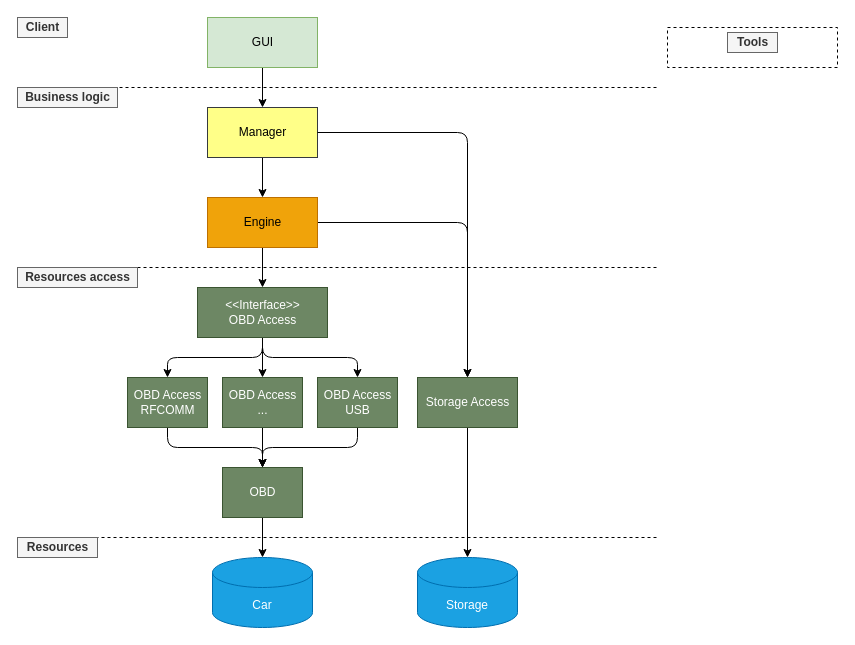
Before: page "System project" (1 of 3) of Documentation/Fluffy dashboard architecture.drawio in avatarp/fluffy-dashboard, a draw.io diagram. Source tidied: cells renumbered, new cells numbered last; positions are measured from the earlier drawing's top-left corner, leaving out a move shared by most shapes. Both pictures are drawn from the tidied source at 100%, with x=0, y=0 at pixel (17, 17).
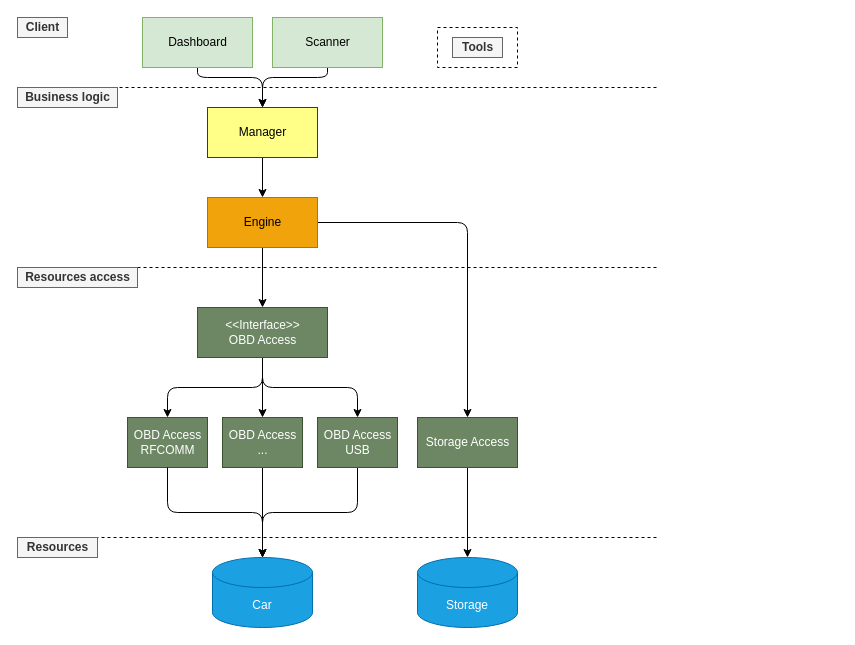
Above is the later version.

Unchanged cells that the change refers to:
```xml
<mxCell id="5" value="&lt;div&gt;Manager&lt;/div&gt;" style="html=1;fillColor=#ffff88;strokeColor=#36393d;" parent="1" vertex="1">
  <mxGeometry x="190" y="90" width="110" height="50" as="geometry" />
</mxCell>
<mxCell id="22" value="Car" style="shape=cylinder3;whiteSpace=wrap;html=1;boundedLbl=1;backgroundOutline=1;size=15;fillColor=#1ba1e2;fontColor=#ffffff;strokeColor=#006EAF;" parent="1" vertex="1">
  <mxGeometry x="195" y="540" width="100" height="70" as="geometry" />
</mxCell>
```

The edit, as a diff of the source:
```diff
@@
+    <mxCell id="27" style="edgeStyle=orthogonalEdgeStyle;rounded=1;jettySize=auto;html=1;exitX=0.5;exitY=1;exitDx=0;exitDy=0;entryX=0.5;entryY=0;entryDx=0;entryDy=0;entryPerimeter=0;" parent="1" edge="1" source="28" target="22">
+      <mxGeometry relative="1" as="geometry" />
+    </mxCell>
-    <mxCell id="2" style="edgeStyle=orthogonalEdgeStyle;rounded=0;jettySize=auto;html=1;exitX=0.5;exitY=1;exitDx=0;exitDy=0;entryX=0.5;entryY=0;entryDx=0;entryDy=0;" parent="1" edge="1" source="3" target="5">
-      <mxGeometry relative="1" as="geometry" />
+    <mxCell id="2" style="edgeStyle=orthogonalEdgeStyle;rounded=1;jettySize=auto;html=1;exitX=0.5;exitY=1;exitDx=0;exitDy=0;entryX=0.5;entryY=0;entryDx=0;entryDy=0;" parent="1" edge="1" source="3" target="5">
+      <mxGeometry relative="1" as="geometry">
+        <Array as="points">
+          <mxPoint x="180" y="60" />
+          <mxPoint x="245" y="60" />
+        </Array>
+      </mxGeometry>
     </mxCell>
-    <mxCell id="3" value="&lt;div&gt;GUI&lt;/div&gt;" style="html=1;fillColor=#d5e8d4;strokeColor=#82b366;" parent="1" vertex="1">
-      <mxGeometry x="190" width="110" height="50" as="geometry" />
+    <mxCell id="3" value="Dashboard" style="html=1;fillColor=#d5e8d4;strokeColor=#82b366;" parent="1" vertex="1">
+      <mxGeometry x="125" width="110" height="50" as="geometry" />
     </mxCell>
@@
-    <mxCell id="7" style="edgeStyle=orthogonalEdgeStyle;rounded=1;jettySize=auto;html=1;exitX=1;exitY=0.5;exitDx=0;exitDy=0;" parent="1" edge="1" source="5" target="21">
-      <mxGeometry relative="1" as="geometry" />
-    </mxCell>
@@
-    <mxCell id="10" style="edgeStyle=orthogonalEdgeStyle;rounded=1;jettySize=auto;html=1;exitX=0.5;exitY=1;exitDx=0;exitDy=0;" parent="1" edge="1" source="11" target="19">
-      <mxGeometry relative="1" as="geometry" />
-    </mxCell>
     <mxCell id="11" value="&lt;div&gt;OBD Access &lt;br&gt;&lt;/div&gt;&lt;div&gt;RFCOMM&lt;/div&gt;" style="html=1;fillColor=#6d8764;strokeColor=#3A5431;fontColor=#ffffff;" parent="1" vertex="1">
-      <mxGeometry x="110" y="360" width="80" height="50" as="geometry" />
+      <mxGeometry x="110" y="400" width="80" height="50" as="geometry" />
     </mxCell>
-    <mxCell id="12" style="edgeStyle=orthogonalEdgeStyle;rounded=1;jettySize=auto;html=1;exitX=0.5;exitY=1;exitDx=0;exitDy=0;" parent="1" edge="1" source="13" target="19">
+    <mxCell id="12" style="edgeStyle=orthogonalEdgeStyle;rounded=1;jettySize=auto;html=1;exitX=0.5;exitY=1;exitDx=0;exitDy=0;entryX=0.5;entryY=0;entryDx=0;entryDy=0;entryPerimeter=0;" parent="1" edge="1" source="13" target="22">
       <mxGeometry relative="1" as="geometry" />
     </mxCell>
     <mxCell id="13" value="&lt;div&gt;OBD Access&lt;/div&gt;&lt;div&gt;USB&lt;br&gt;&lt;/div&gt;" style="html=1;fillColor=#6d8764;strokeColor=#3A5431;fontColor=#ffffff;" parent="1" vertex="1">
-      <mxGeometry x="300" y="360" width="80" height="50" as="geometry" />
+      <mxGeometry x="300" y="400" width="80" height="50" as="geometry" />
     </mxCell>
@@
     <mxCell id="17" value="&lt;div&gt;&amp;lt;&amp;lt;Interface&amp;gt;&amp;gt;&lt;/div&gt;OBD Access" style="html=1;fillColor=#6d8764;strokeColor=#3A5431;fontColor=#ffffff;" parent="1" vertex="1">
-      <mxGeometry x="180" y="270" width="130" height="50" as="geometry" />
+      <mxGeometry x="180" y="290" width="130" height="50" as="geometry" />
     </mxCell>
-    <mxCell id="18" style="edgeStyle=orthogonalEdgeStyle;rounded=1;jettySize=auto;html=1;exitX=0.5;exitY=1;exitDx=0;exitDy=0;" parent="1" edge="1" source="19" target="22">
-      <mxGeometry relative="1" as="geometry" />
-    </mxCell>
-    <mxCell id="19" value="OBD" style="html=1;fillColor=#6d8764;strokeColor=#3A5431;fontColor=#ffffff;" parent="1" vertex="1">
-      <mxGeometry x="205" y="450" width="80" height="50" as="geometry" />
-    </mxCell>
@@
     <mxCell id="21" value="Storage Access" style="html=1;fillColor=#6d8764;fontColor=#ffffff;strokeColor=#3A5431;" parent="1" vertex="1">
-      <mxGeometry x="400" y="360" width="100" height="50" as="geometry" />
+      <mxGeometry x="400" y="400" width="100" height="50" as="geometry" />
     </mxCell>
@@
-    <mxCell id="27" style="edgeStyle=orthogonalEdgeStyle;rounded=1;jettySize=auto;html=1;exitX=0.5;exitY=1;exitDx=0;exitDy=0;entryX=0.5;entryY=0;entryDx=0;entryDy=0;" parent="1" edge="1" source="28" target="19">
-      <mxGeometry relative="1" as="geometry" />
-    </mxCell>
     <mxCell id="28" value="&lt;div&gt;OBD Access &lt;br&gt;&lt;/div&gt;&lt;div&gt;...&lt;/div&gt;" style="html=1;fillColor=#6d8764;strokeColor=#3A5431;fontColor=#ffffff;" parent="1" vertex="1">
-      <mxGeometry x="205" y="360" width="80" height="50" as="geometry" />
+      <mxGeometry x="205" y="400" width="80" height="50" as="geometry" />
     </mxCell>
@@
     <mxCell id="33" style="rounded=0;whiteSpace=wrap;html=1;dashed=1;" parent="1" vertex="1">
-      <mxGeometry x="650" y="10" width="170" height="40" as="geometry" />
+      <mxGeometry x="420" y="10" width="80" height="40" as="geometry" />
     </mxCell>
     <mxCell id="34" value="&lt;b&gt;Tools&lt;/b&gt;" style="text;html=1;align=center;verticalAlign=middle;strokeColor=#666666;fillColor=#f5f5f5;fontColor=#333333;" parent="1" vertex="1">
-      <mxGeometry x="710" y="15" width="50" height="20" as="geometry" />
+      <mxGeometry x="435" y="20" width="50" height="20" as="geometry" />
     </mxCell>
+    <mxCell id="10" style="edgeStyle=orthogonalEdgeStyle;rounded=1;jettySize=auto;html=1;exitX=0.5;exitY=1;exitDx=0;exitDy=0;entryX=0.5;entryY=0;entryDx=0;entryDy=0;entryPerimeter=0;" parent="1" edge="1" source="11" target="22">
+      <mxGeometry relative="1" as="geometry" />
+    </mxCell>
+    <mxCell id="35" style="edgeStyle=orthogonalEdgeStyle;rounded=1;jettySize=auto;html=1;exitX=0.5;exitY=1;exitDx=0;exitDy=0;" parent="1" edge="1" source="36" target="5">
+      <mxGeometry relative="1" as="geometry">
+        <Array as="points">
+          <mxPoint x="310" y="60" />
+          <mxPoint x="245" y="60" />
+        </Array>
+      </mxGeometry>
+    </mxCell>
+    <mxCell id="36" value="Scanner" style="html=1;fillColor=#d5e8d4;strokeColor=#82b366;" parent="1" vertex="1">
+      <mxGeometry x="255" width="110" height="50" as="geometry" />
+    </mxCell>
```
